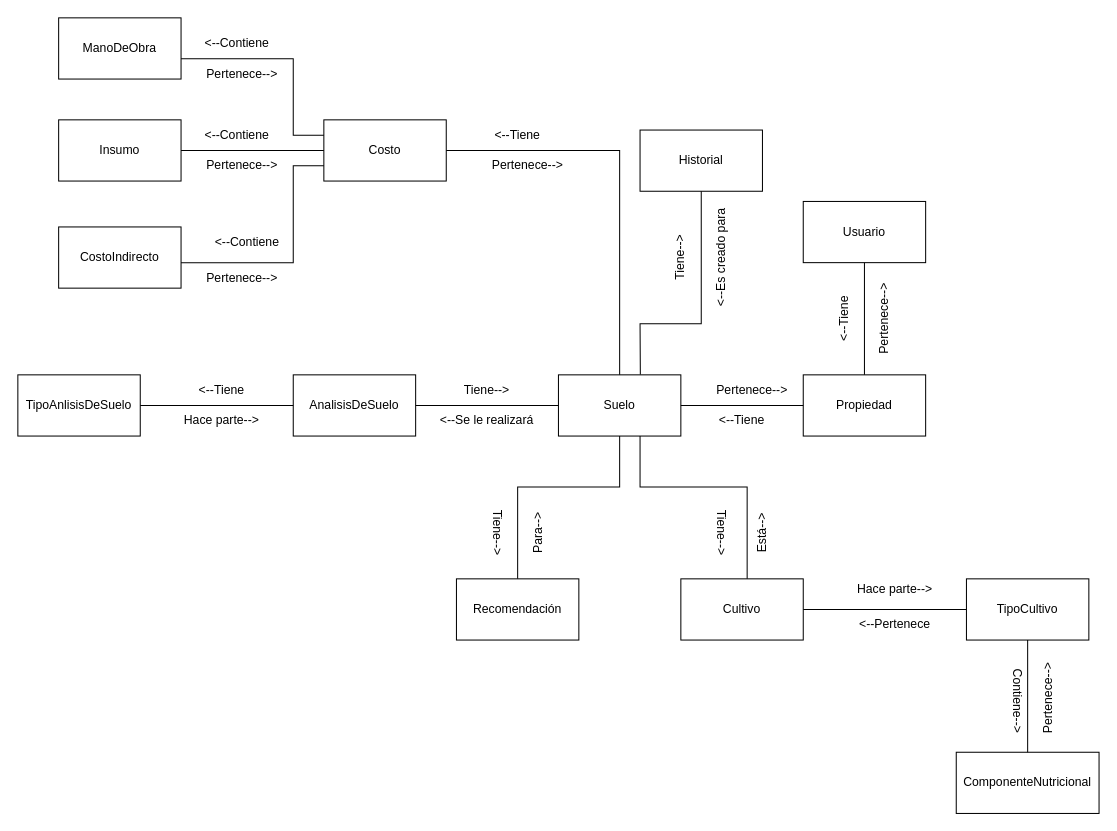
Before: CropScan.drawio in 1193090526alexander/IngenieriaDeSotwareII, a draw.io diagram. Source tidied: cells renumbered, new cells numbered last; positions are measured from the earlier drawing's top-left corner, leaving out a move shared by most shapes. Both pictures are drawn from the tidied source at 102%, with x=0, y=0 at pixel (17, 17).
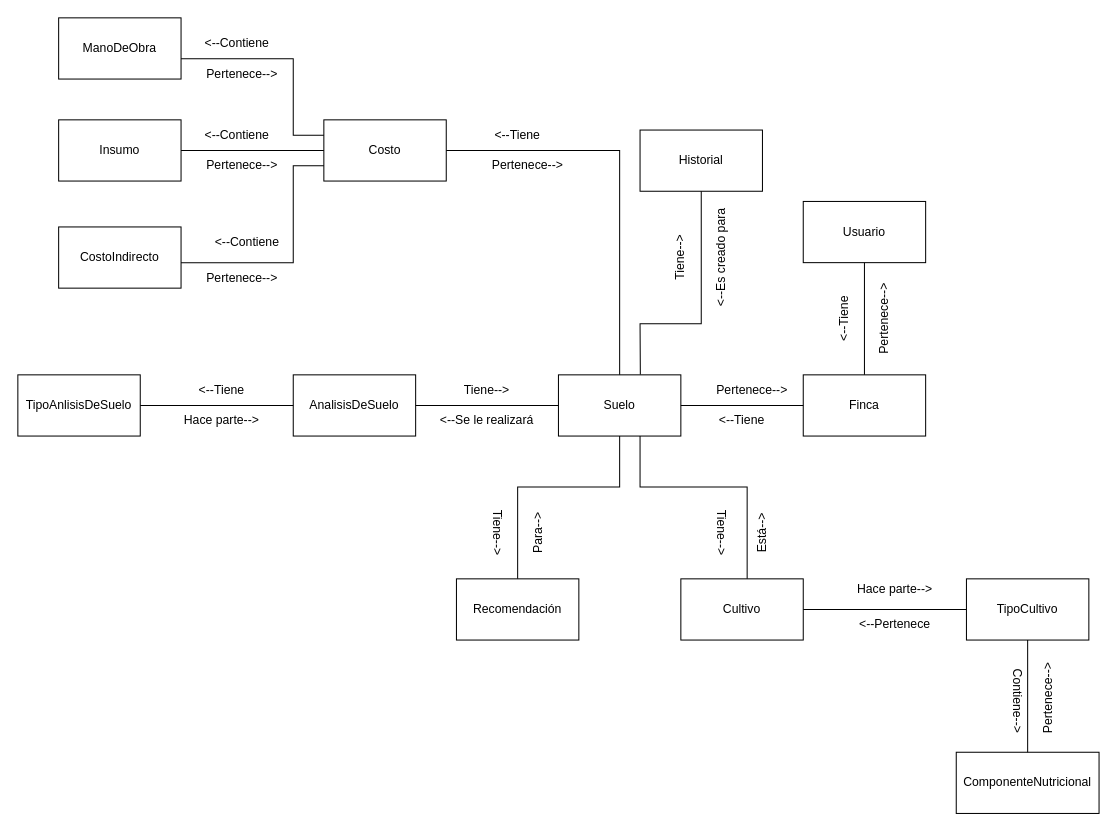
The same page after the edit.

Diff of the diagram source:
```diff
@@
-    <mxCell id="8" value="Propiedad" style="rounded=0;whiteSpace=wrap;html=1;" parent="1" vertex="1">
+    <mxCell id="8" value="Finca" style="rounded=0;whiteSpace=wrap;html=1;" parent="1" vertex="1">
       <mxGeometry x="770" y="350" width="120" height="60" as="geometry" />
     </mxCell>
```
